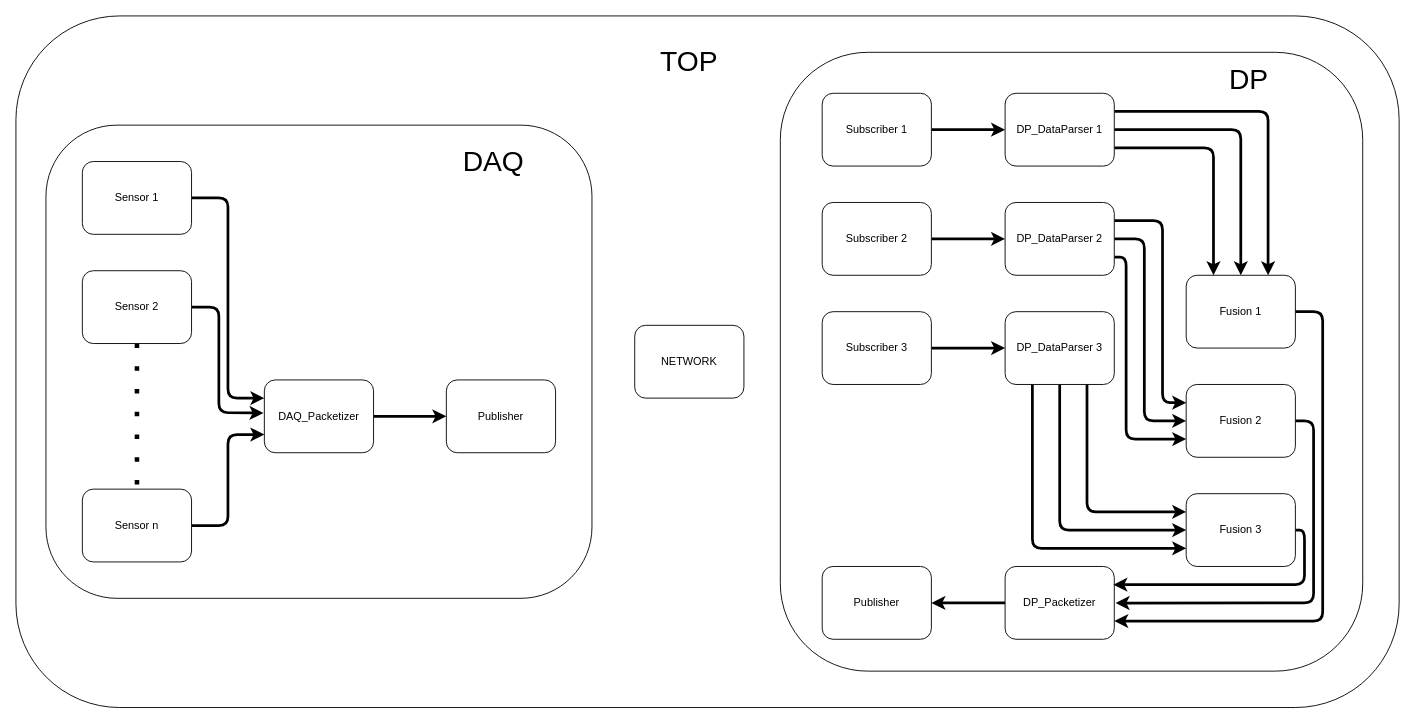
The draw.io diagram Docs/BlockDiagram.drawio in Sasisekhar/DAQ_DP_Networking, before the edit. Source tidied: cells renumbered, new cells numbered last; positions are measured from the earlier drawing's top-left corner, leaving out a move shared by most shapes. Both pictures are drawn from the tidied source at 91%, with x=0, y=0 at pixel (15, 15).
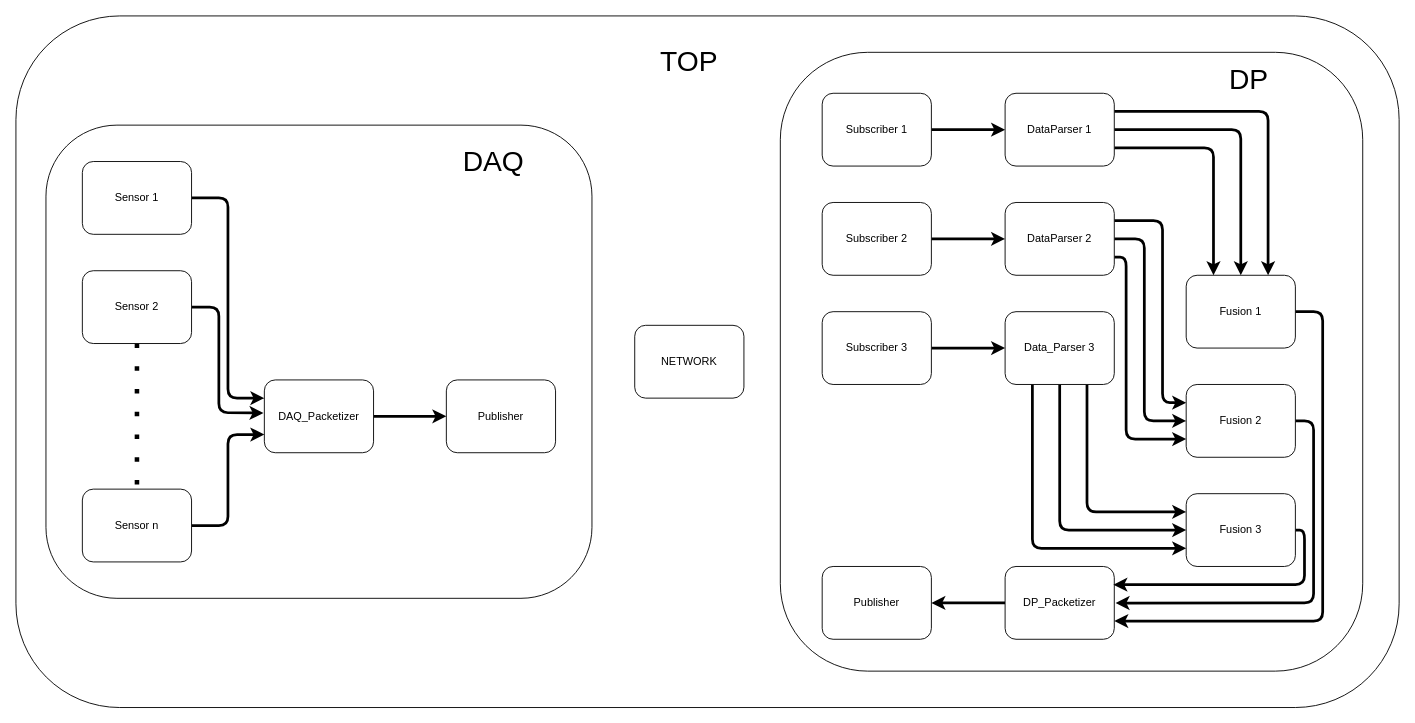
Above is the later version.

The edit, as a diff of the source:
```diff
@@
-    <mxCell id="24" value="DP_DataParser 1" style="rounded=1;whiteSpace=wrap;html=1;strokeWidth=1;" parent="1" vertex="1">
+    <mxCell id="24" value="DataParser 1" style="rounded=1;whiteSpace=wrap;html=1;strokeWidth=1;" parent="1" vertex="1">
       <mxGeometry x="1087" y="85" width="120" height="80" as="geometry" />
     </mxCell>
@@
-    <mxCell id="28" value="DP_DataParser 2" style="rounded=1;whiteSpace=wrap;html=1;strokeWidth=1;" parent="1" vertex="1">
+    <mxCell id="28" value="DataParser 2" style="rounded=1;whiteSpace=wrap;html=1;strokeWidth=1;" parent="1" vertex="1">
       <mxGeometry x="1087" y="205" width="120" height="80" as="geometry" />
     </mxCell>
@@
-    <mxCell id="32" value="DP_DataParser 3" style="rounded=1;whiteSpace=wrap;html=1;strokeWidth=1;" parent="1" vertex="1">
+    <mxCell id="32" value="Data_Parser 3" style="rounded=1;whiteSpace=wrap;html=1;strokeWidth=1;" parent="1" vertex="1">
       <mxGeometry x="1087" y="325" width="120" height="80" as="geometry" />
     </mxCell>
```
